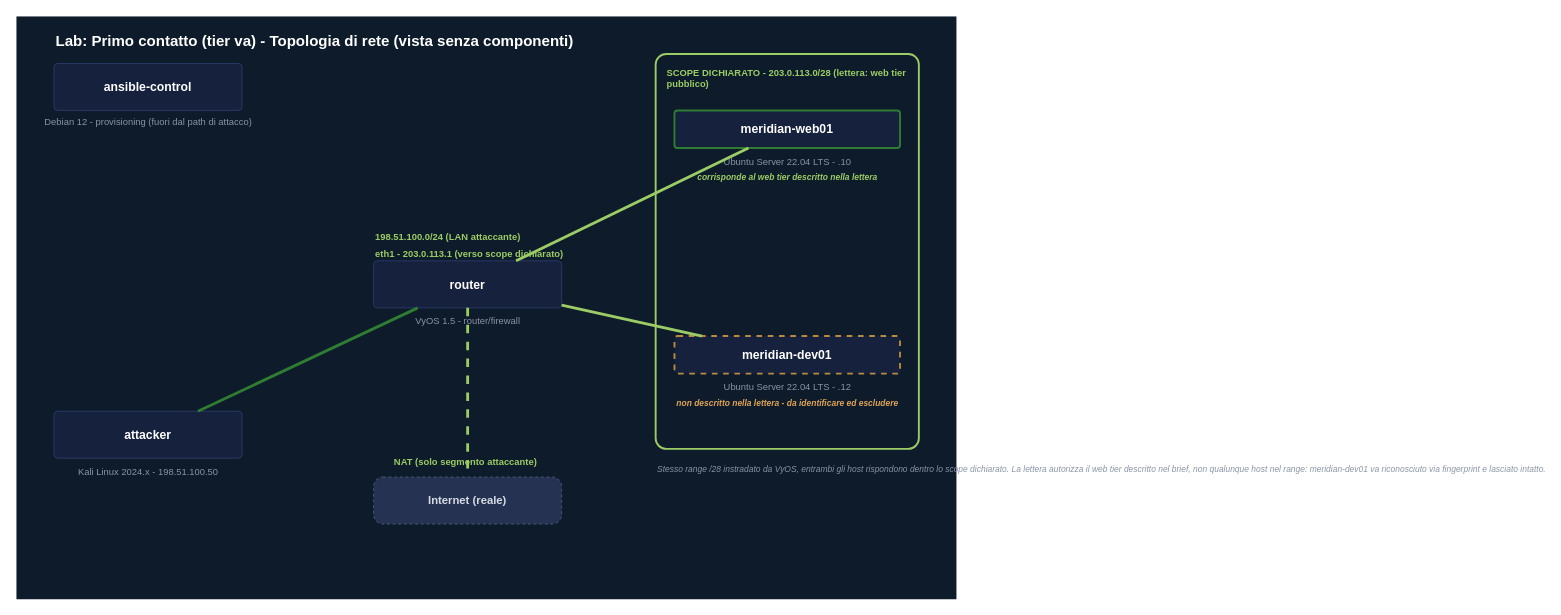
Above: docs/labs/first-contact/first-contact-topology-network-only.drawio in leoleo1010/CPPT (draw.io), before the change. Source tidied: cells renumbered, new cells numbered last; positions are measured from the earlier drawing's top-left corner, leaving out a move shared by most shapes. Both pictures are drawn from the tidied source at 94%, with x=0, y=0 at pixel (16, 16).
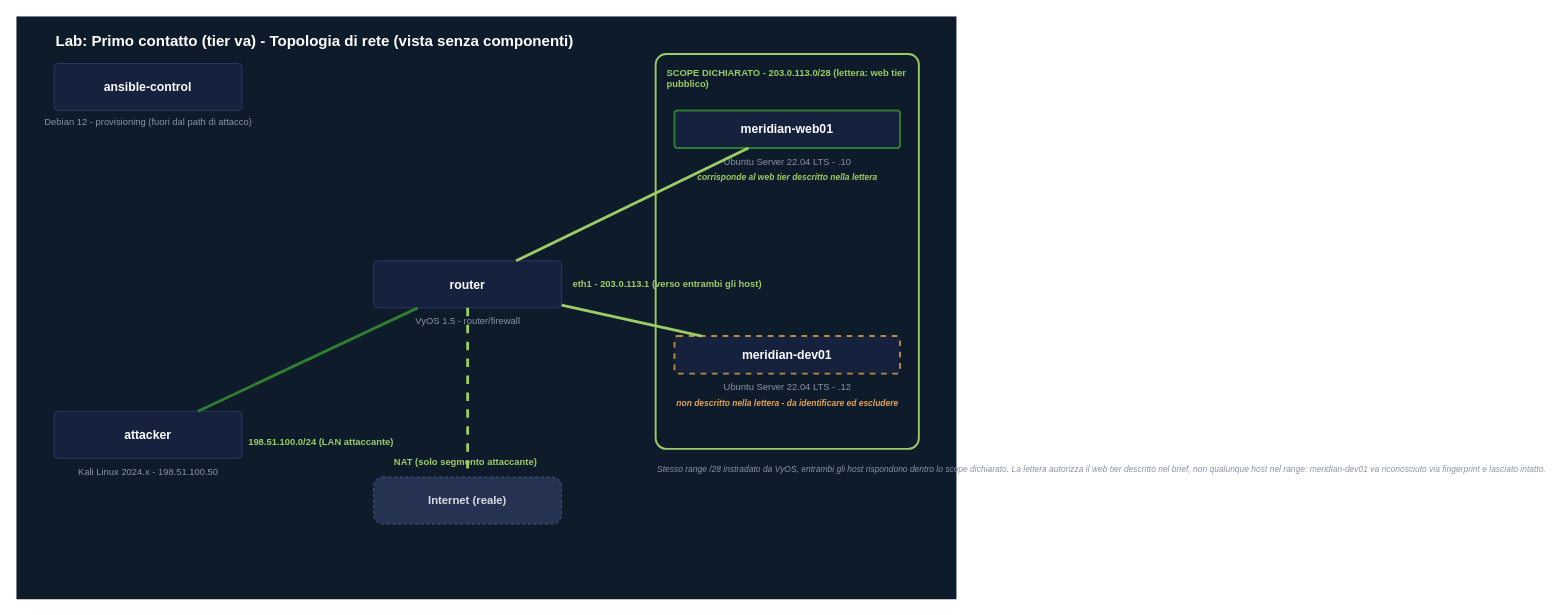
The same diagram, later.

Change to the diagram source:
```diff
@@
     <mxCell id="19" value="198.51.100.0/24 (LAN attaccante)" style="text;html=1;fontSize=10;fontColor=#9CCC65;fontStyle=1;" parent="1" vertex="1">
-      <mxGeometry x="380" y="222" width="230" height="18" as="geometry" />
+      <mxGeometry x="245" y="440" width="230" height="18" as="geometry" />
     </mxCell>
@@
-    <mxCell id="23" value="eth1 - 203.0.113.1 (verso scope dichiarato)" style="text;html=1;fontSize=10;fontColor=#9CCC65;fontStyle=1;" parent="1" vertex="1">
-      <mxGeometry x="380" y="240" width="240" height="18" as="geometry" />
+    <mxCell id="23" value="eth1 - 203.0.113.1 (verso entrambi gli host)" style="text;html=1;fontSize=10;fontColor=#9CCC65;fontStyle=1;" parent="1" vertex="1">
+      <mxGeometry x="590" y="272" width="240" height="18" as="geometry" />
     </mxCell>
```
